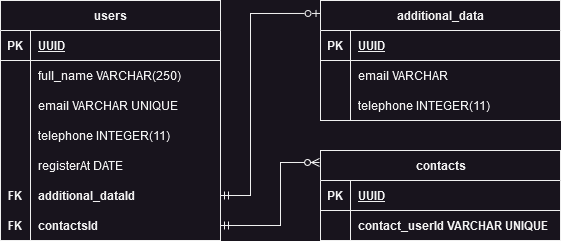
This is back-end/diagrama-contatos.drawio.png from miranda-Leonardo/relation-of-users, a draw.io export, as it was before one commit. Source tidied: cells renumbered, new cells last; positions are measured from the earlier drawing's top-left corner, leaving out a move shared by most shapes.
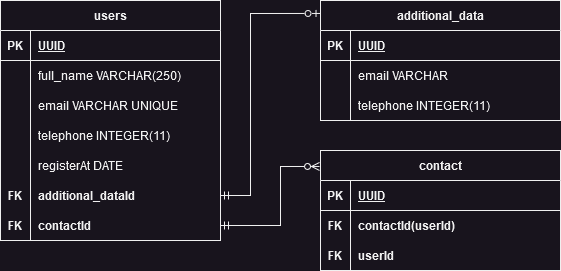
After the commit.

What changed in the source:
```diff
@@ -65,7 +65,7 @@
     <mxCell id="22" value="FK" style="shape=partialRectangle;fillColor=none;top=0;left=0;bottom=0;right=0;overflow=hidden;whiteSpace=wrap;html=1;fontStyle=1;" parent="21" vertex="1">
       <mxGeometry width="30" height="30" as="geometry" />
     </mxCell>
-    <mxCell id="23" value="&lt;div&gt;contactsId&lt;/div&gt;" style="shape=partialRectangle;fillColor=none;top=0;left=0;bottom=0;right=0;align=left;spacingLeft=6;overflow=hidden;whiteSpace=wrap;html=1;fontStyle=1;" parent="21" vertex="1">
+    <mxCell id="23" value="&lt;div&gt;contactId&lt;/div&gt;" style="shape=partialRectangle;fillColor=none;top=0;left=0;bottom=0;right=0;align=left;spacingLeft=6;overflow=hidden;whiteSpace=wrap;html=1;fontStyle=1;" parent="21" vertex="1">
       <mxGeometry x="30" width="190" height="30" as="geometry" />
     </mxCell>
     <mxCell id="24" value="additional_data" style="shape=table;startSize=30;rowLines=0;fontStyle=1;align=center;html=1;" parent="1" vertex="1">
@@ -106,8 +106,8 @@
         </Array>
       </mxGeometry>
     </mxCell>
-    <mxCell id="35" value="contacts" style="shape=table;startSize=30;rowLines=0;fontStyle=1;align=center;html=1;" parent="1" vertex="1">
-      <mxGeometry x="320" y="150" width="240" height="90" as="geometry" />
+    <mxCell id="35" value="contact" style="shape=table;startSize=30;rowLines=0;fontStyle=1;align=center;html=1;" parent="1" vertex="1">
+      <mxGeometry x="320" y="150" width="240" height="120" as="geometry" />
     </mxCell>
     <mxCell id="36" style="shape=tableRow;horizontal=0;startSize=0;swimlaneHead=0;swimlaneBody=0;fillColor=none;top=0;left=0;right=0;bottom=1;" parent="35" vertex="1">
       <mxGeometry y="30" width="240" height="30" as="geometry" />
@@ -121,17 +121,26 @@
     <mxCell id="39" style="shape=tableRow;horizontal=0;startSize=0;swimlaneHead=0;swimlaneBody=0;fillColor=none;top=0;left=0;right=0;bottom=0;" parent="35" vertex="1">
       <mxGeometry y="60" width="240" height="30" as="geometry" />
     </mxCell>
-    <mxCell id="40" style="shape=partialRectangle;fillColor=none;top=0;left=0;bottom=0;right=0;overflow=hidden;whiteSpace=wrap;html=1;fontStyle=1;" parent="39" vertex="1">
+    <mxCell id="40" value="FK" style="shape=partialRectangle;fillColor=none;top=0;left=0;bottom=0;right=0;overflow=hidden;whiteSpace=wrap;html=1;fontStyle=1;" parent="39" vertex="1">
       <mxGeometry width="30" height="30" as="geometry" />
     </mxCell>
-    <mxCell id="41" value="contact_userId VARCHAR UNIQUE" style="shape=partialRectangle;fillColor=none;top=0;left=0;bottom=0;right=0;align=left;spacingLeft=6;overflow=hidden;whiteSpace=wrap;html=1;fontStyle=1;" parent="39" vertex="1">
+    <mxCell id="41" value="contactId(userId)" style="shape=partialRectangle;fillColor=none;top=0;left=0;bottom=0;right=0;align=left;spacingLeft=6;overflow=hidden;whiteSpace=wrap;html=1;fontStyle=1;" parent="39" vertex="1">
       <mxGeometry x="30" width="210" height="30" as="geometry" />
     </mxCell>
+    <mxCell id="43" style="shape=tableRow;horizontal=0;startSize=0;swimlaneHead=0;swimlaneBody=0;fillColor=none;top=0;left=0;right=0;bottom=0;" parent="35" vertex="1">
+      <mxGeometry y="90" width="240" height="30" as="geometry" />
+    </mxCell>
+    <mxCell id="44" value="FK" style="shape=partialRectangle;fillColor=none;top=0;left=0;bottom=0;right=0;overflow=hidden;whiteSpace=wrap;html=1;fontStyle=1;" parent="43" vertex="1">
+      <mxGeometry width="30" height="30" as="geometry" />
+    </mxCell>
+    <mxCell id="45" value="userId" style="shape=partialRectangle;fillColor=none;top=0;left=0;bottom=0;right=0;align=left;spacingLeft=6;overflow=hidden;whiteSpace=wrap;html=1;fontStyle=1;" parent="43" vertex="1">
+      <mxGeometry x="30" width="210" height="30" as="geometry" />
+    </mxCell>
     <mxCell id="42" style="rounded=0;jettySize=auto;html=1;exitX=1;exitY=0.5;exitDx=0;exitDy=0;entryX=-0.004;entryY=0.133;entryDx=0;entryDy=0;entryPerimeter=0;startArrow=ERmandOne;startFill=0;endArrow=ERzeroToMany;endFill=0;edgeStyle=orthogonalEdgeStyle;" parent="1" edge="1" source="21" target="35">
       <mxGeometry relative="1" as="geometry">
         <Array as="points">
           <mxPoint x="280" y="225" />
-          <mxPoint x="280" y="162" />
+          <mxPoint x="280" y="166" />
         </Array>
       </mxGeometry>
     </mxCell>
```
